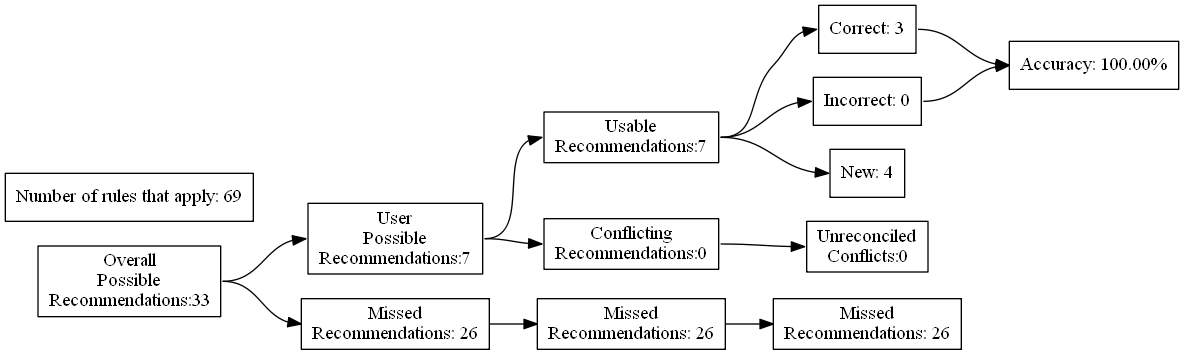
ZaxR/ibd_diet_analysis keeps this Graphviz diagram as test_renders/30.gv.png. Above is the earlier version. Its source is kept beside it as test_renders/30.gv.
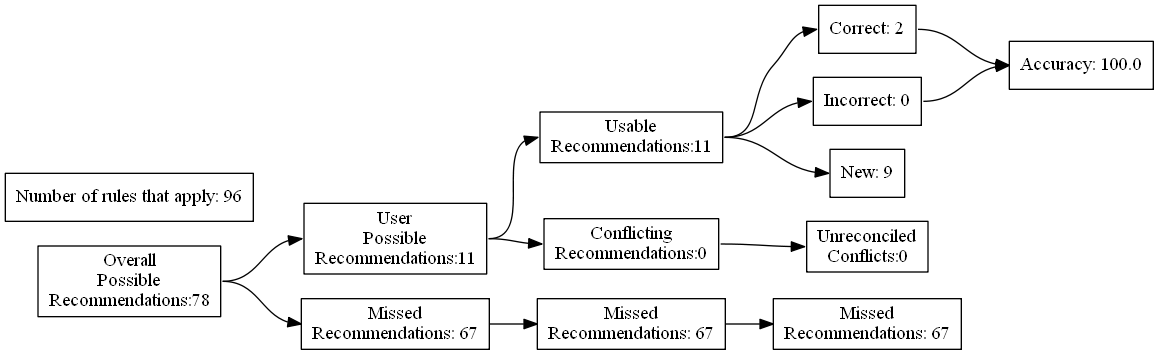
After the change.

The edit, as a diff of the source:
```diff
@@ -4,27 +4,27 @@
 	edge [headport=w tailport=e]
 		A [label="Overall
 Possible
-Recommendations:33"]
+Recommendations:78"]
 		B [label="User
 Possible
-Recommendations:7"]
+Recommendations:11"]
 		C [label="Missed
-Recommendations: 26"]
+Recommendations: 67"]
 		D [label="Usable
-Recommendations:7"]
+Recommendations:11"]
 		E [label="Conflicting
 Recommendations:0"]
 		J [label="Missed
-Recommendations: 26"]
+Recommendations: 67"]
 		M [label="Unreconciled
 Conflicts:0"]
-		F [label="Correct: 3"]
+		F [label="Correct: 2"]
 		G [label="Incorrect: 0"]
-		H [label="New: 4"]
+		H [label="New: 9"]
 		K [label="Missed
-Recommendations: 26"]
-		I [label="Accuracy: 100.00%"]
-		l [label="Number of rules that apply: 69"]
+Recommendations: 67"]
+		I [label="Accuracy: 100.0"]
+		l [label="Number of rules that apply: 96"]
 			A -> B
 			A -> C
 			B -> D
```
